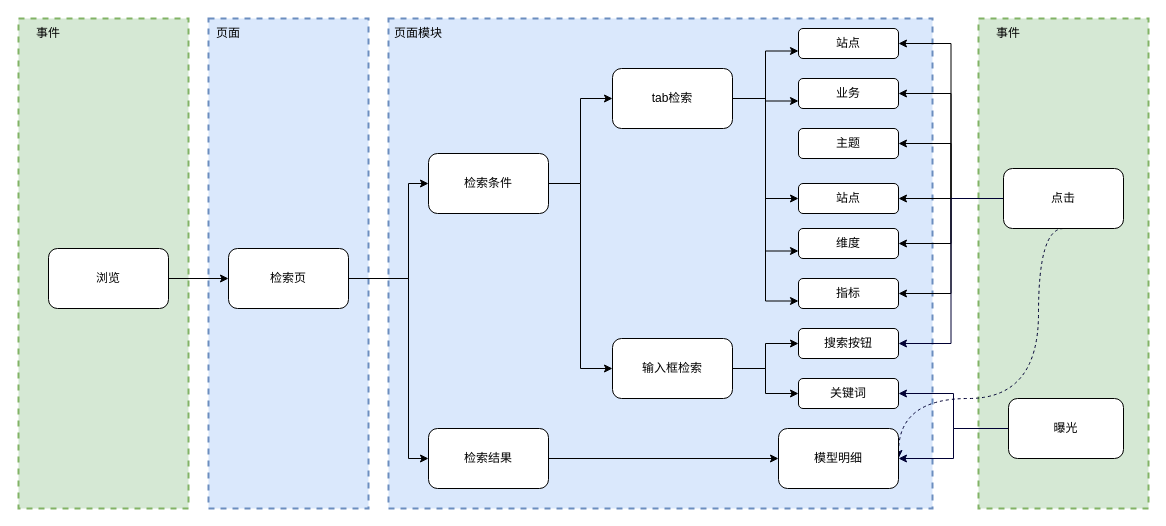
The draw.io diagram page "第 4 页" (4 of 4) of demo01/数据地图.drawio in huang-chh/draw, before the edit. Source tidied: cells renumbered, new cells numbered last; positions are measured from the earlier drawing's top-left corner, leaving out a move shared by most shapes. Both pictures are drawn from the tidied source at 100%, with x=0, y=0 at pixel (18, 18).
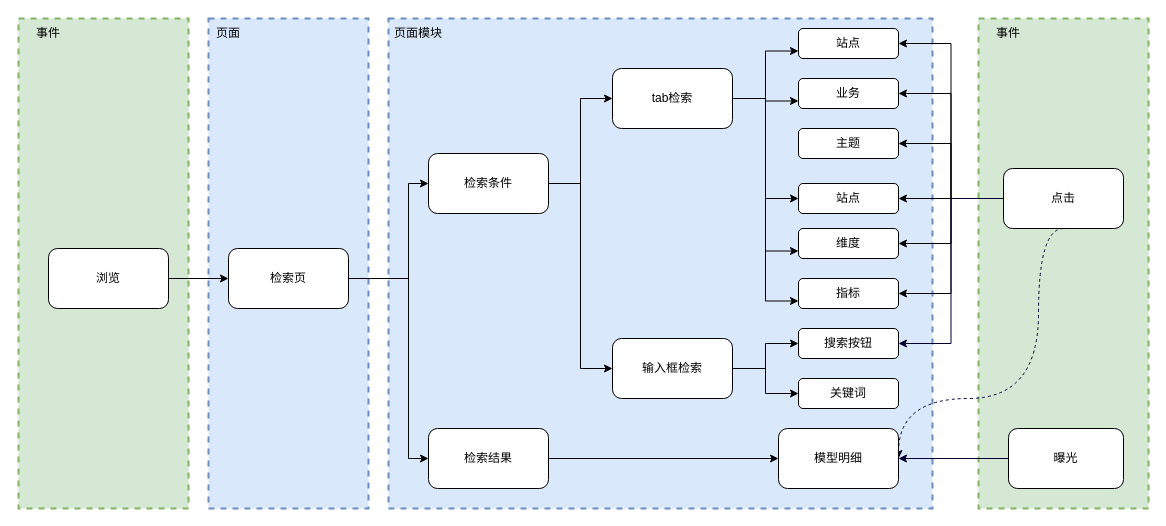
Above is the later version.

Commit message:
更新数据地图.drawio

The change refers to these unchanged cells:
```xml
<mxCell id="29" value="关键词" style="rounded=1;whiteSpace=wrap;html=1;" parent="1" vertex="1">
  <mxGeometry x="780" y="360" width="100" height="30" as="geometry" />
</mxCell>
```

Diff of the diagram source:
```diff
@@
-    <mxCell id="39" style="edgeStyle=orthogonalEdgeStyle;rounded=0;jettySize=auto;html=1;exitX=0;exitY=0.5;exitDx=0;exitDy=0;entryX=1;entryY=0.5;entryDx=0;entryDy=0;endArrow=classic;endFill=1;strokeColor=#000033;strokeWidth=1;" parent="1" edge="1" source="41" target="29">
-      <mxGeometry relative="1" as="geometry" />
-    </mxCell>
@@
     <mxCell id="41" value="曝光" style="rounded=1;whiteSpace=wrap;html=1;" parent="1" vertex="1">
-      <mxGeometry x="990" y="380" width="115" height="60" as="geometry" />
+      <mxGeometry x="990" y="410" width="115" height="60" as="geometry" />
     </mxCell>
```
